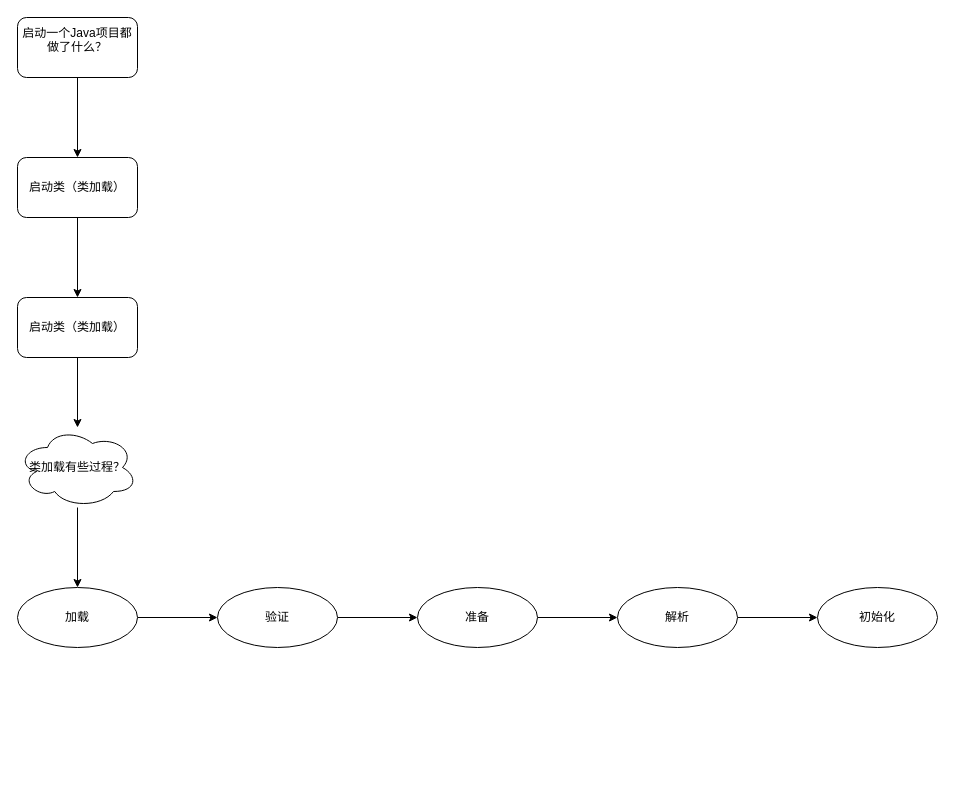
The draw.io diagram java学习/类加载过程.drawio in lq460541033/draw_dev, before the edit. Source tidied: cells renumbered, new cells numbered last; positions are measured from the earlier drawing's top-left corner, leaving out a move shared by most shapes. Both pictures are drawn from the tidied source at 100%, with x=0, y=0 at pixel (17, 17).
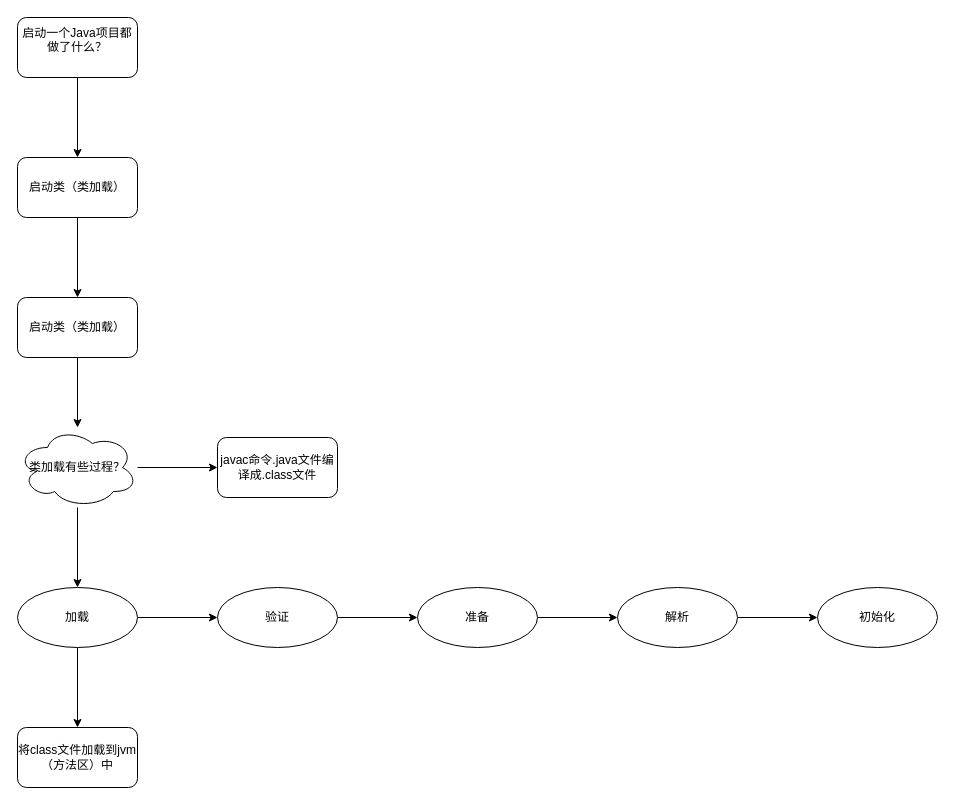
The same diagram, later.

Commit message (it also covers changes not shown here):
Update 类加载过程.drawio

The change refers to these unchanged cells:
```xml
<mxCell id="9" value="类加载有些过程？" style="ellipse;shape=cloud;whiteSpace=wrap;html=1;rounded=1;" parent="1" vertex="1">
  <mxGeometry y="410" width="120" height="80" as="geometry" />
</mxCell>
<mxCell id="11" value="加载" style="ellipse;whiteSpace=wrap;html=1;rounded=1;" parent="1" vertex="1">
  <mxGeometry y="570" width="120" height="60" as="geometry" />
</mxCell>
```

Diff of the diagram source:
```diff
@@
+    <mxCell id="19" style="edgeStyle=orthogonalEdgeStyle;rounded=0;jettySize=auto;html=1;" parent="1" edge="1" source="9" target="21">
+      <mxGeometry relative="1" as="geometry" />
+    </mxCell>
@@
+    <mxCell id="20" style="edgeStyle=orthogonalEdgeStyle;rounded=0;jettySize=auto;html=1;" parent="1" edge="1" source="11" target="22">
+      <mxGeometry relative="1" as="geometry" />
+    </mxCell>
@@
+    <mxCell id="21" value="javac命令.java文件编译成.class文件" style="whiteSpace=wrap;html=1;rounded=1;" parent="1" vertex="1">
+      <mxGeometry x="200" y="420" width="120" height="60" as="geometry" />
+    </mxCell>
+    <mxCell id="22" value="&lt;span&gt;将class文件加载到jvm（方法区）中&lt;/span&gt;" style="rounded=1;whiteSpace=wrap;html=1;" parent="1" vertex="1">
+      <mxGeometry y="710" width="120" height="60" as="geometry" />
+    </mxCell>
```
